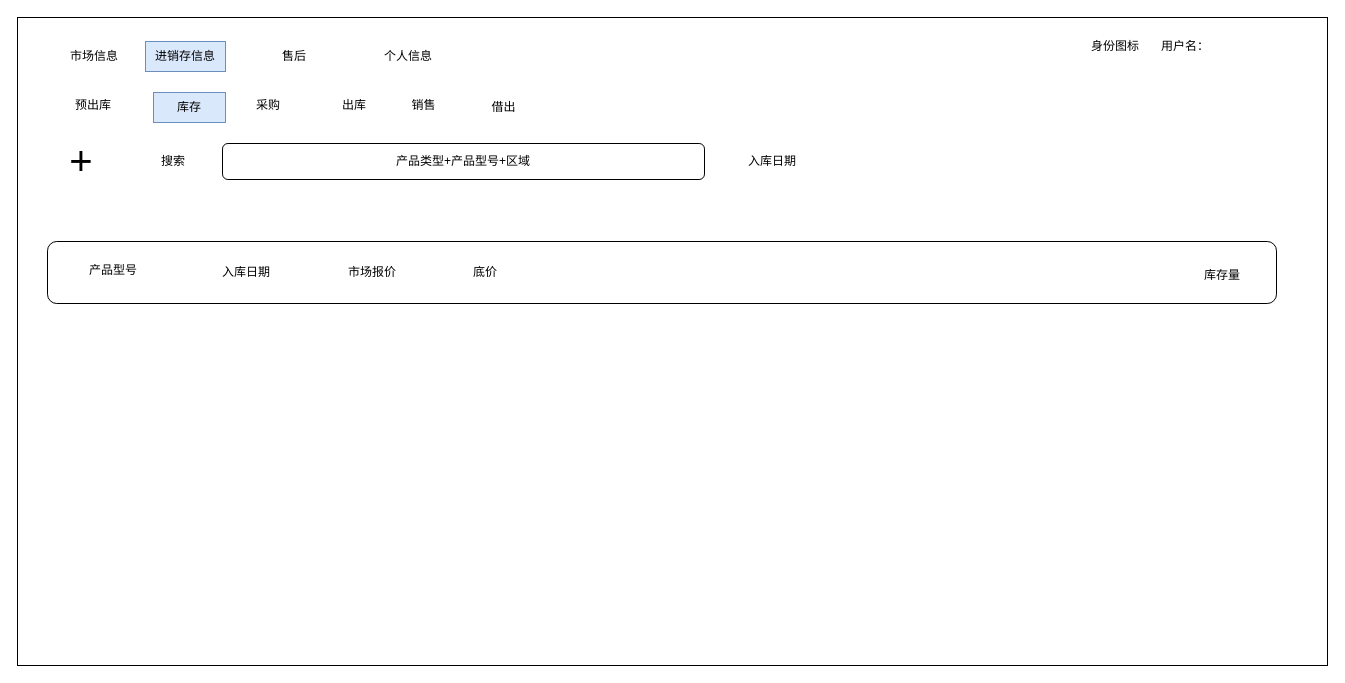
Earlier version of the draw.io diagram page "库存" (2 of 7) of 泰加进销存.drawio (cangwang/news). Source tidied: cells renumbered, new cells numbered last; positions are measured from the earlier drawing's top-left corner, leaving out a move shared by most shapes. Both pictures are drawn from the tidied source at 100%, with x=0, y=0 at pixel (17, 17).
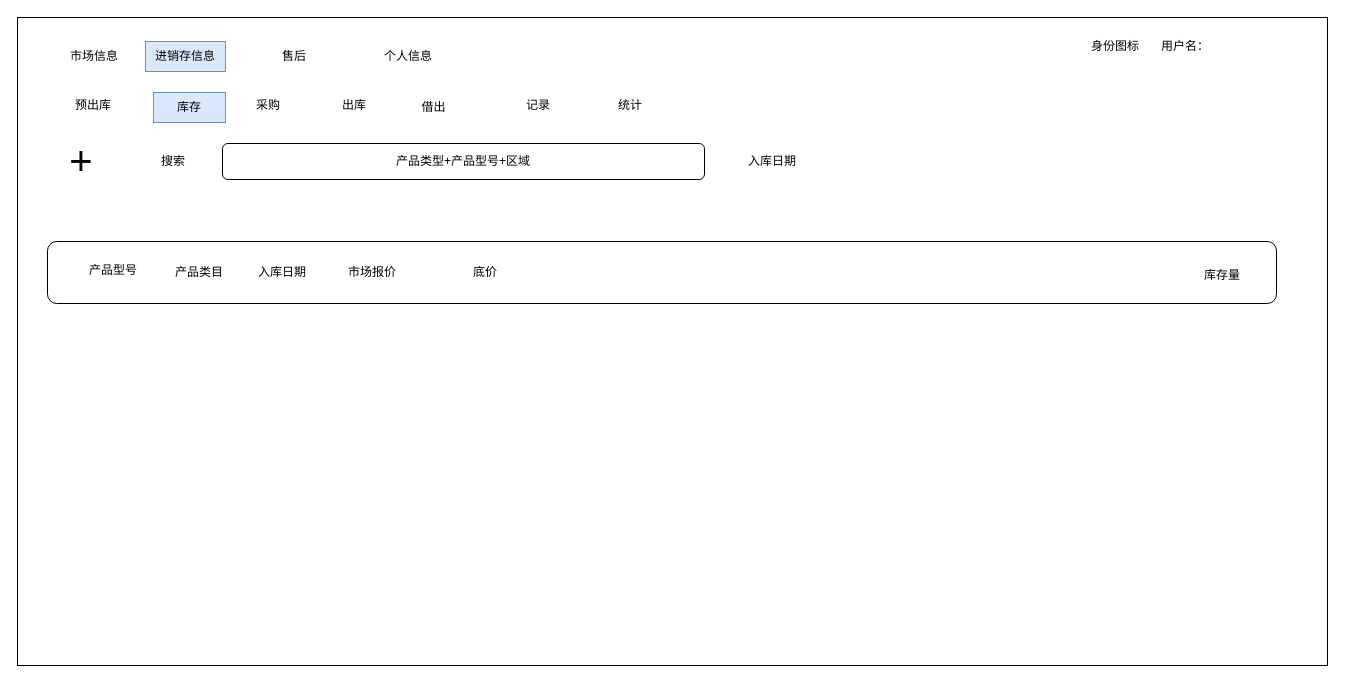
After the change.

What changed in the source:
```diff
@@
-    <mxCell id="7" value="销售" style="text;html=1;strokeColor=none;fillColor=none;align=center;verticalAlign=middle;whiteSpace=wrap;rounded=0;" parent="1" vertex="1">
-      <mxGeometry x="373" y="73" width="67" height="30" as="geometry" />
-    </mxCell>
@@
     <mxCell id="14" value="借出" style="text;html=1;strokeColor=none;fillColor=none;align=center;verticalAlign=middle;whiteSpace=wrap;rounded=0;" parent="1" vertex="1">
-      <mxGeometry x="453" y="75" width="67" height="30" as="geometry" />
+      <mxGeometry x="383" y="75" width="67" height="30" as="geometry" />
     </mxCell>
@@
     <mxCell id="22" value="入库日期" style="text;html=1;strokeColor=none;fillColor=none;align=center;verticalAlign=middle;whiteSpace=wrap;rounded=0;fontSize=12;" parent="1" vertex="1">
-      <mxGeometry x="199" y="240" width="60" height="30" as="geometry" />
+      <mxGeometry x="235" y="240" width="60" height="30" as="geometry" />
     </mxCell>
@@
+    <mxCell id="25" value="产品类目" style="text;html=1;strokeColor=none;fillColor=none;align=center;verticalAlign=middle;whiteSpace=wrap;rounded=0;fontSize=12;" parent="1" vertex="1">
+      <mxGeometry x="136" y="240" width="92" height="30" as="geometry" />
+    </mxCell>
+    <mxCell id="26" value="记录" style="text;html=1;align=center;verticalAlign=middle;whiteSpace=wrap;rounded=0;" parent="1" vertex="1">
+      <mxGeometry x="481" y="73" width="80" height="30" as="geometry" />
+    </mxCell>
+    <mxCell id="27" value="统计" style="text;html=1;align=center;verticalAlign=middle;whiteSpace=wrap;rounded=0;" parent="1" vertex="1">
+      <mxGeometry x="573" y="73" width="80" height="30" as="geometry" />
+    </mxCell>
```
